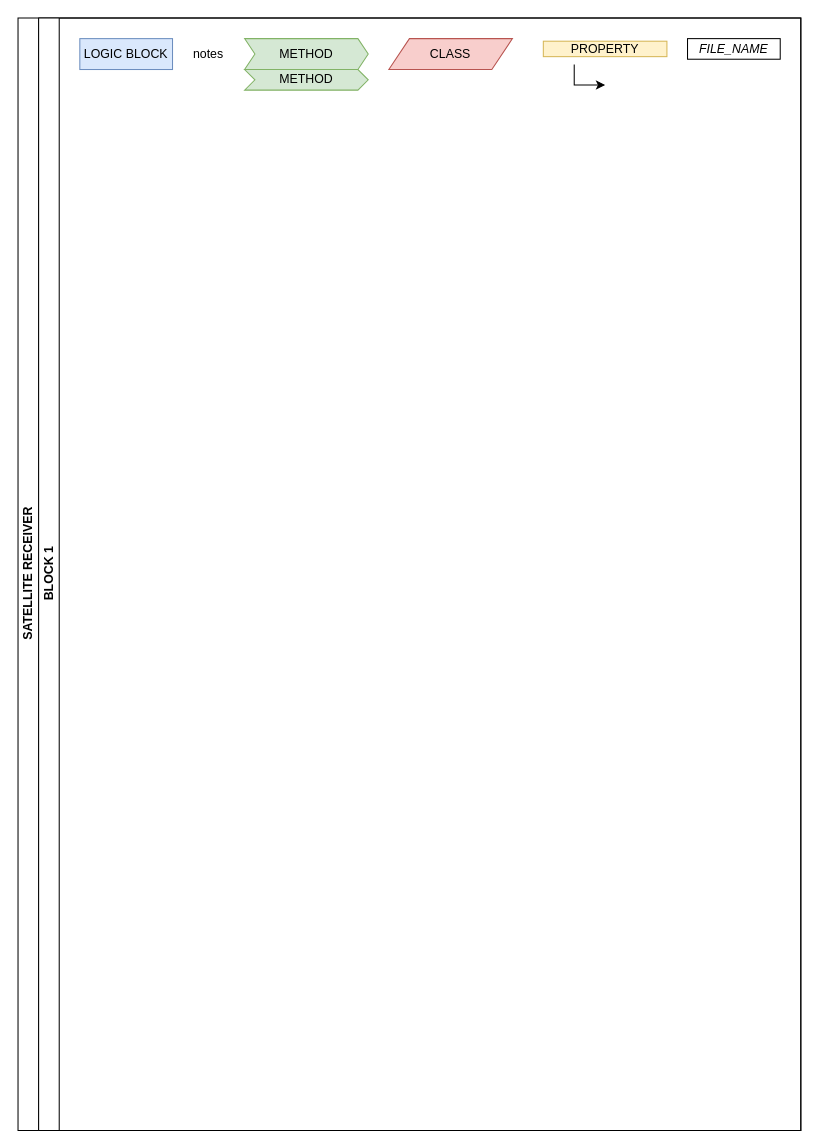
Above: RECEIVER_blocks.drawio in DavideTomasella/Satellite-lab (draw.io), before the change. Source tidied: cells renumbered, new cells numbered last; positions are measured from the earlier drawing's top-left corner, leaving out a move shared by most shapes. Both pictures are drawn from the tidied source at 103%, with x=0, y=0 at pixel (18, 18).
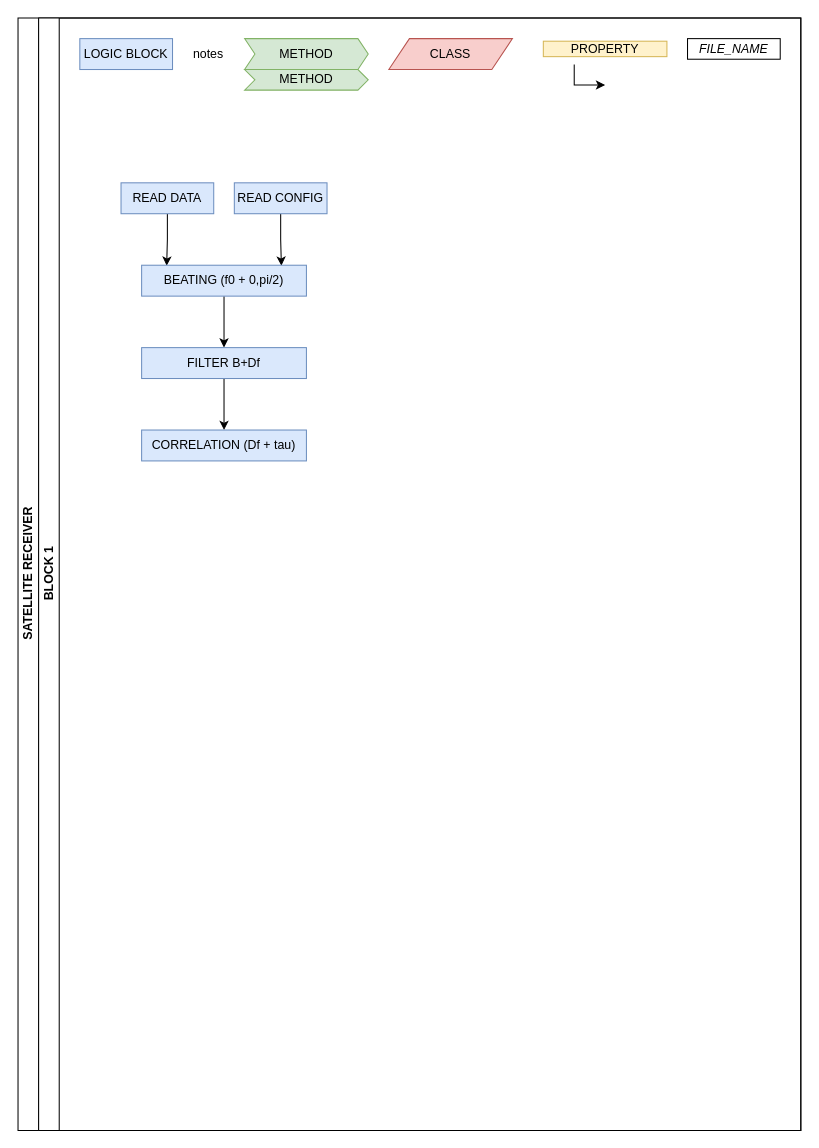
The same page after the edit.

The change refers to these unchanged cells:
```xml
<mxCell id="3" value="BLOCK 1" style="swimlane;html=1;startSize=20;horizontal=0;" parent="2" vertex="1">
  <mxGeometry x="20" width="740" height="1080" as="geometry" />
</mxCell>
```

Change to the diagram source:
```diff
@@
+    <mxCell id="12" style="edgeStyle=orthogonalEdgeStyle;rounded=0;jettySize=auto;html=1;entryX=0.152;entryY=0.017;entryDx=0;entryDy=0;entryPerimeter=0;" parent="3" edge="1" source="13" target="17">
+      <mxGeometry relative="1" as="geometry" />
+    </mxCell>
+    <mxCell id="13" value="READ DATA" style="rounded=0;whiteSpace=wrap;html=1;fontFamily=Helvetica;fontSize=12;align=center;fillColor=#dae8fc;strokeColor=#6c8ebf;" parent="3" vertex="1">
+      <mxGeometry x="80" y="160" width="90" height="30" as="geometry" />
+    </mxCell>
+    <mxCell id="14" style="edgeStyle=orthogonalEdgeStyle;rounded=0;jettySize=auto;html=1;entryX=0.848;entryY=0.017;entryDx=0;entryDy=0;entryPerimeter=0;" parent="3" edge="1" source="15" target="17">
+      <mxGeometry relative="1" as="geometry" />
+    </mxCell>
+    <mxCell id="15" value="READ CONFIG" style="rounded=0;whiteSpace=wrap;html=1;fontFamily=Helvetica;fontSize=12;align=center;fillColor=#dae8fc;strokeColor=#6c8ebf;" parent="3" vertex="1">
+      <mxGeometry x="190" y="160" width="90" height="30" as="geometry" />
+    </mxCell>
+    <mxCell id="16" style="edgeStyle=orthogonalEdgeStyle;rounded=0;jettySize=auto;html=1;" parent="3" edge="1" source="17" target="19">
+      <mxGeometry relative="1" as="geometry" />
+    </mxCell>
+    <mxCell id="17" value="BEATING (f0 + 0,pi/2)" style="rounded=0;whiteSpace=wrap;html=1;fontFamily=Helvetica;fontSize=12;align=center;fillColor=#dae8fc;strokeColor=#6c8ebf;" parent="3" vertex="1">
+      <mxGeometry x="100" y="240" width="160" height="30" as="geometry" />
+    </mxCell>
+    <mxCell id="18" style="edgeStyle=orthogonalEdgeStyle;rounded=0;jettySize=auto;html=1;" parent="3" edge="1" source="19" target="20">
+      <mxGeometry relative="1" as="geometry" />
+    </mxCell>
+    <mxCell id="19" value="FILTER B+Df" style="rounded=0;whiteSpace=wrap;html=1;fontFamily=Helvetica;fontSize=12;align=center;fillColor=#dae8fc;strokeColor=#6c8ebf;" parent="3" vertex="1">
+      <mxGeometry x="100" y="320" width="160" height="30" as="geometry" />
+    </mxCell>
+    <mxCell id="20" value="CORRELATION (Df + tau)" style="rounded=0;whiteSpace=wrap;html=1;fontFamily=Helvetica;fontSize=12;align=center;fillColor=#dae8fc;strokeColor=#6c8ebf;" parent="3" vertex="1">
+      <mxGeometry x="100" y="400" width="160" height="30" as="geometry" />
+    </mxCell>
```
